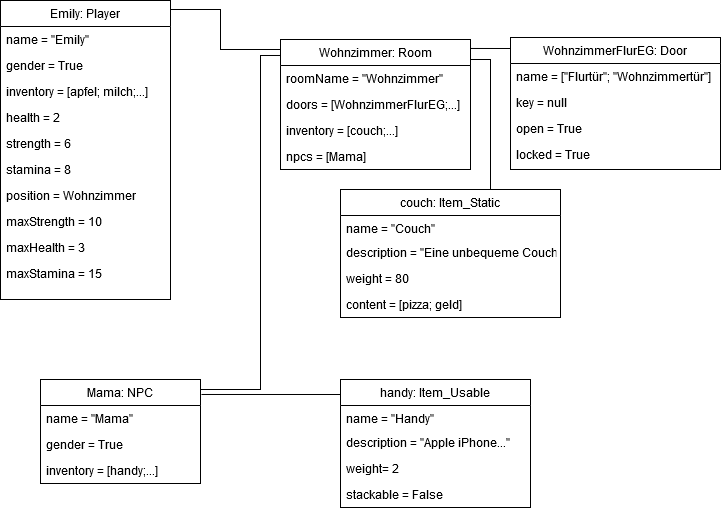
This is Objektdiagramm.png from Elegond/AE-Text-Adventure, a draw.io export, as it was before one commit. Source tidied: cells renumbered, new cells last; positions are measured from the earlier drawing's top-left corner, leaving out a move shared by most shapes.
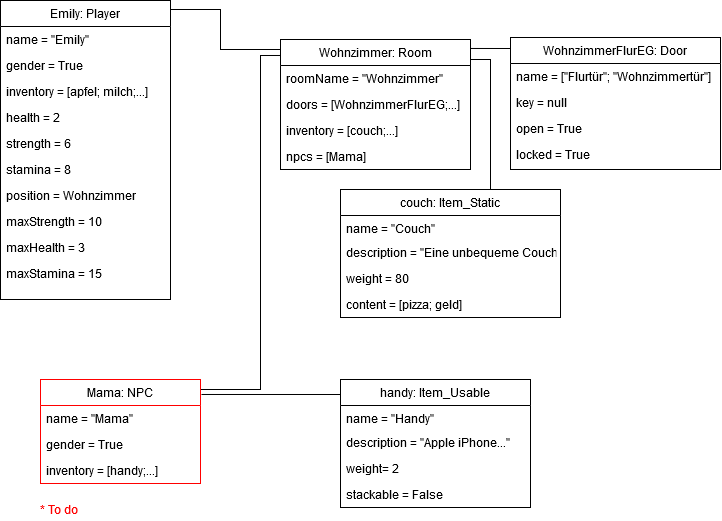
After the change.

Diff of the diagram source:
```diff
@@ -11,7 +11,7 @@
         </Array>
       </mxGeometry>
     </mxCell>
-    <mxCell id="3" value="Mama: NPC " style="swimlane;fontStyle=0;align=center;verticalAlign=top;horizontal=1;startSize=26;rounded=0;shadow=0;strokeWidth=1;" parent="1" vertex="1">
+    <mxCell id="3" value="Mama: NPC " style="swimlane;fontStyle=0;align=center;verticalAlign=top;horizontal=1;startSize=26;rounded=0;shadow=0;strokeWidth=1;strokeColor=#FF0000;" parent="1" vertex="1">
       <mxGeometry x="40" y="379" width="160" height="104" as="geometry" />
     </mxCell>
     <mxCell id="4" value="name = &quot;Mama&quot;" style="text;align=left;verticalAlign=top;spacingLeft=4;spacingRight=4;overflow=hidden;" parent="3" vertex="1">
@@ -149,5 +149,8 @@
     <mxCell id="41" value="maxStamina = 15" style="text;align=left;verticalAlign=top;spacingLeft=4;spacingRight=4;overflow=hidden;rounded=0;shadow=0;html=0;" parent="31" vertex="1">
       <mxGeometry y="260" width="170" height="26" as="geometry" />
     </mxCell>
+    <mxCell id="42" value="&lt;font color=&quot;#FF0000&quot;&gt;* To do&lt;/font&gt;" style="text;html=1;strokeColor=none;fillColor=none;align=center;verticalAlign=middle;whiteSpace=wrap;rounded=0;" parent="1" vertex="1">
+      <mxGeometry x="24" y="499" width="70" height="20" as="geometry" />
+    </mxCell>
   </root>
 </mxGraphModel>
```
